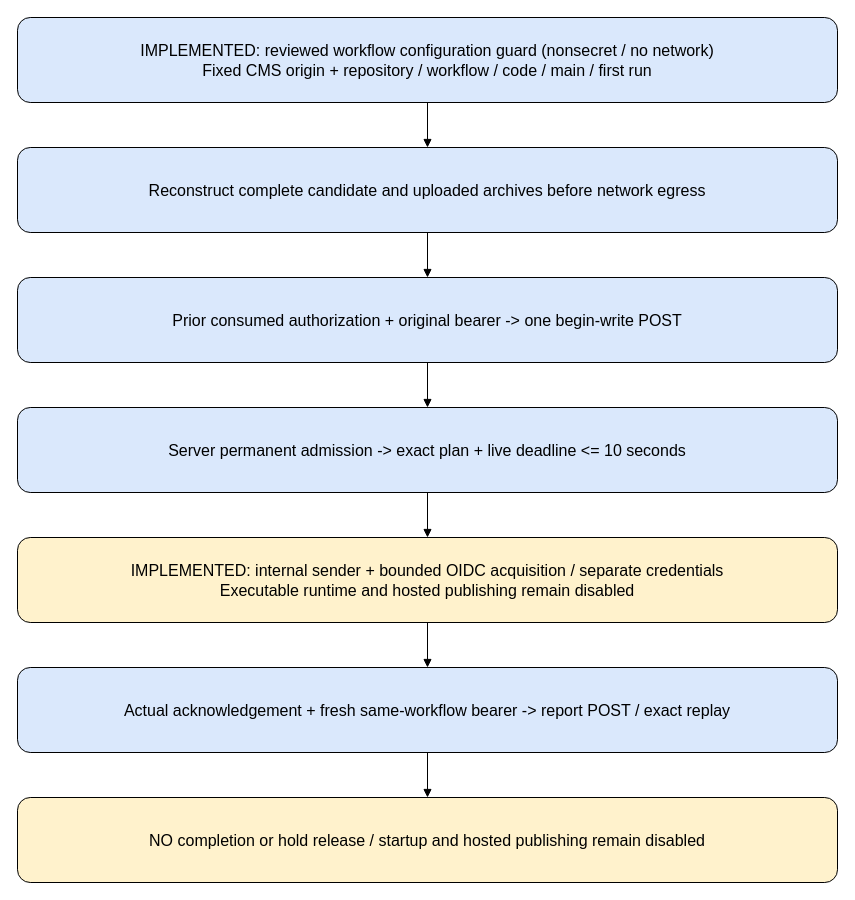
This is docs/diagrams/receiver-client-exchange.drawio from devalltect00/devalltect00.github.io, a draw.io file, before an edit. Source tidied: cells renumbered, new cells numbered last; positions are measured from the earlier drawing's top-left corner, leaving out a move shared by most shapes. Both pictures are drawn from the tidied source at 100%, with x=0, y=0 at pixel (17, 17).
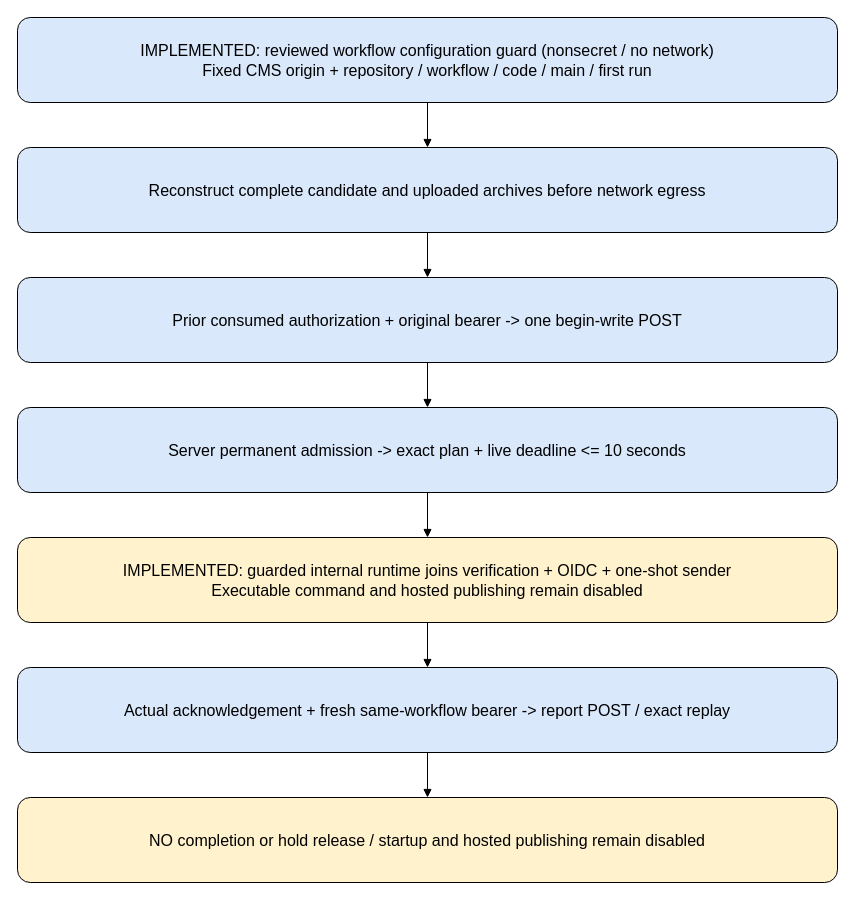
Above is the later version.

Commit message (it also covers changes not shown here):
feat(publishing): join guarded runtime verification issuance and sender

Diff of the diagram source:
```diff
@@
 <mxGraphModel>
   <root>
     <mxCell id="0" />
     <mxCell id="1" parent="0" />
     <mxCell id="2" value="IMPLEMENTED: reviewed workflow configuration guard (nonsecret / no network)&#10;Fixed CMS origin + repository / workflow / code / main / first run" style="rounded=1;whiteSpace=wrap;html=1;fillColor=#dae8fc;fontSize=16;" parent="1" vertex="1">
       <mxGeometry width="820" height="85" as="geometry" />
     </mxCell>
     <mxCell id="3" value="Reconstruct complete candidate and uploaded archives before network egress" style="rounded=1;whiteSpace=wrap;html=1;fillColor=#dae8fc;fontSize=16;" parent="1" vertex="1">
       <mxGeometry y="130" width="820" height="85" as="geometry" />
     </mxCell>
     <mxCell id="4" style="endArrow=block;" parent="1" edge="1" source="2" target="3">
       <mxGeometry relative="1" as="geometry" />
     </mxCell>
     <mxCell id="5" value="Prior consumed authorization + original bearer -&gt; one begin-write POST" style="rounded=1;whiteSpace=wrap;html=1;fillColor=#dae8fc;fontSize=16;" parent="1" vertex="1">
       <mxGeometry y="260" width="820" height="85" as="geometry" />
     </mxCell>
     <mxCell id="6" style="endArrow=block;" parent="1" edge="1" source="3" target="5">
       <mxGeometry relative="1" as="geometry" />
     </mxCell>
     <mxCell id="7" value="Server permanent admission -&gt; exact plan + live deadline &lt;= 10 seconds" style="rounded=1;whiteSpace=wrap;html=1;fillColor=#dae8fc;fontSize=16;" parent="1" vertex="1">
       <mxGeometry y="390" width="820" height="85" as="geometry" />
     </mxCell>
     <mxCell id="8" style="endArrow=block;" parent="1" edge="1" source="5" target="7">
       <mxGeometry relative="1" as="geometry" />
     </mxCell>
-    <mxCell id="9" value="IMPLEMENTED: internal sender + bounded OIDC acquisition / separate credentials&#10;Executable runtime and hosted publishing remain disabled" style="rounded=1;whiteSpace=wrap;html=1;fillColor=#fff2cc;fontSize=16;" parent="1" vertex="1">
+    <mxCell id="9" value="IMPLEMENTED: guarded internal runtime joins verification + OIDC + one-shot sender&#10;Executable command and hosted publishing remain disabled" style="rounded=1;whiteSpace=wrap;html=1;fillColor=#fff2cc;fontSize=16;" parent="1" vertex="1">
       <mxGeometry y="520" width="820" height="85" as="geometry" />
     </mxCell>
     <mxCell id="10" style="endArrow=block;" parent="1" edge="1" source="7" target="9">
       <mxGeometry relative="1" as="geometry" />
     </mxCell>
     <mxCell id="11" value="Actual acknowledgement + fresh same-workflow bearer -&gt; report POST / exact replay" style="rounded=1;whiteSpace=wrap;html=1;fillColor=#dae8fc;fontSize=16;" parent="1" vertex="1">
       <mxGeometry y="650" width="820" height="85" as="geometry" />
     </mxCell>
     <mxCell id="12" style="endArrow=block;" parent="1" edge="1" source="9" target="11">
       <mxGeometry relative="1" as="geometry" />
     </mxCell>
     <mxCell id="13" value="NO completion or hold release / startup and hosted publishing remain disabled" style="rounded=1;whiteSpace=wrap;html=1;fillColor=#fff2cc;fontSize=16;" parent="1" vertex="1">
       <mxGeometry y="780" width="820" height="85" as="geometry" />
     </mxCell>
     <mxCell id="14" style="endArrow=block;" parent="1" edge="1" source="11" target="13">
       <mxGeometry relative="1" as="geometry" />
     </mxCell>
   </root>
 </mxGraphModel>
```
